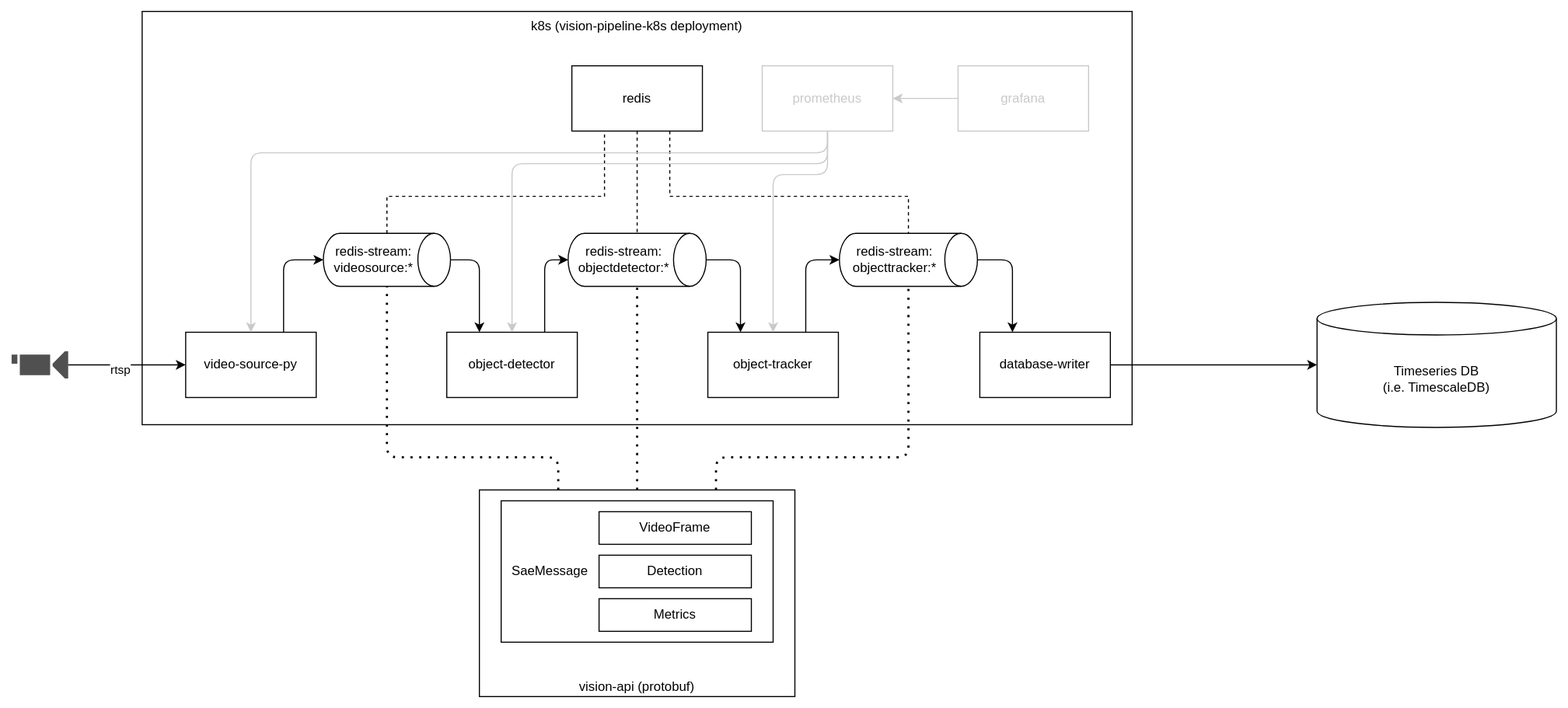
starwit/starwit-awareness-engine keeps this draw.io diagram as doc/pipeline.drawio.svg. Above is the earlier version. Source tidied: cells renumbered, new cells last; positions are measured from the earlier drawing's top-left corner, leaving out a move shared by most shapes.
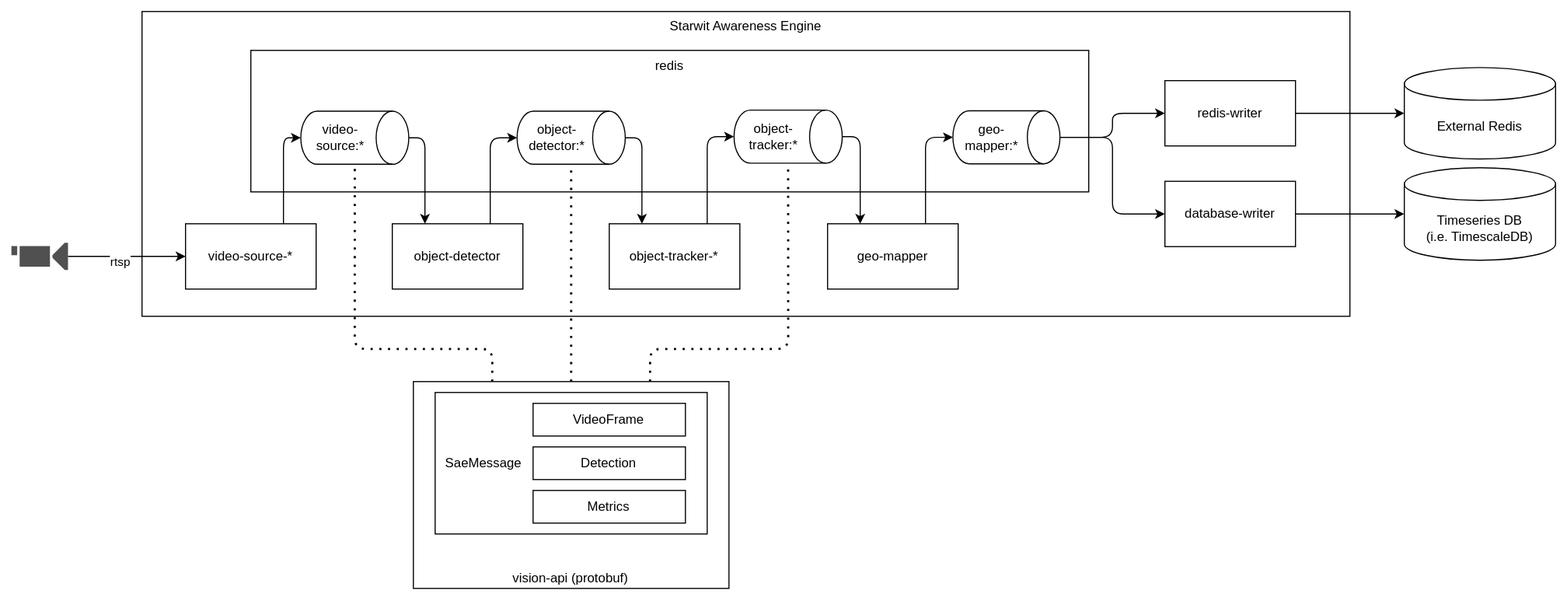
After the change.

Commit message:
Update (and simplify) SAE diagram

Diff of the diagram source:
```diff
@@ -2,135 +2,79 @@
   <root>
     <mxCell id="0" />
     <mxCell id="1" parent="0" />
-    <mxCell id="2" value="k8s (vision-pipeline-k8s deployment)" style="rounded=0;whiteSpace=wrap;html=1;verticalAlign=top;" parent="1" vertex="1">
-      <mxGeometry x="120" width="910" height="380" as="geometry" />
+    <mxCell id="2" value="Starwit Awareness Engine" style="rounded=0;whiteSpace=wrap;html=1;verticalAlign=top;" parent="1" vertex="1">
+      <mxGeometry x="120" y="100" width="1110" height="280" as="geometry" />
     </mxCell>
-    <mxCell id="3" style="edgeStyle=orthogonalEdgeStyle;html=1;exitX=0.75;exitY=0;exitDx=0;exitDy=0;entryX=0.5;entryY=1;entryDx=0;entryDy=0;entryPerimeter=0;" parent="1" edge="1" source="4" target="20">
-      <mxGeometry relative="1" as="geometry" />
-    </mxCell>
-    <mxCell id="4" value="video-source-py" style="rounded=0;whiteSpace=wrap;html=1;" parent="1" vertex="1">
+    <mxCell id="4" value="video-source-*" style="rounded=0;whiteSpace=wrap;html=1;" parent="1" vertex="1">
       <mxGeometry x="160" y="295" width="120" height="60" as="geometry" />
     </mxCell>
     <mxCell id="5" style="sketch=0;shadow=0;dashed=0;html=1;strokeColor=none;fillColor=#505050;labelPosition=center;verticalLabelPosition=bottom;verticalAlign=top;outlineConnect=0;align=center;shape=mxgraph.office.devices.video_camera;" parent="1" vertex="1">
       <mxGeometry y="312.5" width="52" height="25" as="geometry" />
     </mxCell>
-    <mxCell id="6" style="edgeStyle=orthogonalEdgeStyle;html=1;exitX=0.75;exitY=0;exitDx=0;exitDy=0;entryX=0.5;entryY=1;entryDx=0;entryDy=0;entryPerimeter=0;" parent="1" edge="1" source="7" target="22">
-      <mxGeometry relative="1" as="geometry" />
-    </mxCell>
     <mxCell id="7" value="object-detector" style="rounded=0;whiteSpace=wrap;html=1;" parent="1" vertex="1">
-      <mxGeometry x="400" y="295" width="120" height="60" as="geometry" />
+      <mxGeometry x="350" y="295" width="120" height="60" as="geometry" />
     </mxCell>
     <mxCell id="8" value="vision-api (protobuf)" style="rounded=0;whiteSpace=wrap;html=1;verticalAlign=bottom;" parent="1" vertex="1">
-      <mxGeometry x="430" y="440" width="290" height="190" as="geometry" />
+      <mxGeometry x="369.4" y="440" width="290" height="190" as="geometry" />
     </mxCell>
-    <mxCell id="9" style="edgeStyle=orthogonalEdgeStyle;html=1;exitX=0.75;exitY=0;exitDx=0;exitDy=0;entryX=0.5;entryY=1;entryDx=0;entryDy=0;entryPerimeter=0;" parent="1" edge="1" source="10" target="24">
-      <mxGeometry relative="1" as="geometry" />
-    </mxCell>
-    <mxCell id="10" value="object-tracker" style="rounded=0;whiteSpace=wrap;html=1;" parent="1" vertex="1">
-      <mxGeometry x="640" y="295" width="120" height="60" as="geometry" />
+    <mxCell id="10" value="object-tracker-*" style="rounded=0;whiteSpace=wrap;html=1;" parent="1" vertex="1">
+      <mxGeometry x="549.4" y="295" width="120" height="60" as="geometry" />
     </mxCell>
     <mxCell id="11" value="rtsp" style="endArrow=classic;html=1;entryX=0;entryY=0.5;entryDx=0;entryDy=0;edgeStyle=orthogonalEdgeStyle;" parent="1" edge="1" source="5" target="4">
       <mxGeometry x="-0.11" y="-5" relative="1" as="geometry" />
     </mxCell>
-    <mxCell id="12" style="edgeStyle=none;html=1;exitX=1;exitY=0.5;exitDx=0;exitDy=0;entryX=0;entryY=0.5;entryDx=0;entryDy=0;entryPerimeter=0;" parent="1" edge="1" source="13" target="14">
+    <mxCell id="12" style="edgeStyle=none;html=1;" parent="1" edge="1" source="13" target="14">
       <mxGeometry relative="1" as="geometry" />
     </mxCell>
     <mxCell id="13" value="database-writer" style="rounded=0;whiteSpace=wrap;html=1;" parent="1" vertex="1">
-      <mxGeometry x="890" y="295" width="120" height="60" as="geometry" />
+      <mxGeometry x="1060" y="256" width="120" height="60" as="geometry" />
     </mxCell>
     <mxCell id="14" value="Timeseries DB&lt;br&gt;(i.e. TimescaleDB)" style="shape=cylinder3;whiteSpace=wrap;html=1;boundedLbl=1;backgroundOutline=1;size=15;" parent="1" vertex="1">
-      <mxGeometry x="1200" y="267.5" width="220" height="115" as="geometry" />
+      <mxGeometry x="1280" y="243.5" width="139" height="85" as="geometry" />
     </mxCell>
-    <mxCell id="15" style="edgeStyle=orthogonalEdgeStyle;rounded=0;html=1;exitX=0.5;exitY=1;exitDx=0;exitDy=0;entryX=0;entryY=0.5;entryDx=0;entryDy=0;entryPerimeter=0;dashed=1;endArrow=none;endFill=0;" parent="1" edge="1" source="17" target="22">
-      <mxGeometry relative="1" as="geometry" />
-    </mxCell>
-    <mxCell id="16" style="edgeStyle=orthogonalEdgeStyle;rounded=0;html=1;exitX=0.75;exitY=1;exitDx=0;exitDy=0;entryX=0;entryY=0.5;entryDx=0;entryDy=0;entryPerimeter=0;dashed=1;endArrow=none;endFill=0;" parent="1" edge="1" source="17" target="24">
-      <mxGeometry relative="1" as="geometry">
-        <Array as="points">
-          <mxPoint x="605" y="170" />
-          <mxPoint x="824" y="170" />
-        </Array>
-      </mxGeometry>
-    </mxCell>
-    <mxCell id="17" value="redis" style="rounded=0;whiteSpace=wrap;html=1;" parent="1" vertex="1">
-      <mxGeometry x="515" y="50" width="120" height="60" as="geometry" />
+    <mxCell id="17" value="redis" style="rounded=0;whiteSpace=wrap;html=1;verticalAlign=top;" parent="1" vertex="1">
+      <mxGeometry x="220" y="135.7" width="770" height="130" as="geometry" />
     </mxCell>
     <mxCell id="18" style="edgeStyle=orthogonalEdgeStyle;html=1;exitX=0.5;exitY=0;exitDx=0;exitDy=0;exitPerimeter=0;entryX=0.25;entryY=0;entryDx=0;entryDy=0;" parent="1" edge="1" source="20" target="7">
       <mxGeometry relative="1" as="geometry" />
     </mxCell>
-    <mxCell id="19" style="edgeStyle=orthogonalEdgeStyle;html=1;exitX=0;exitY=0.5;exitDx=0;exitDy=0;exitPerimeter=0;entryX=0.25;entryY=1;entryDx=0;entryDy=0;dashed=1;rounded=0;endArrow=none;endFill=0;" parent="1" edge="1" source="20" target="17">
-      <mxGeometry relative="1" as="geometry">
-        <Array as="points">
-          <mxPoint x="345" y="170" />
-          <mxPoint x="545" y="170" />
-        </Array>
-      </mxGeometry>
-    </mxCell>
-    <mxCell id="20" value="redis-stream:&lt;br&gt;videosource:*" style="shape=cylinder3;whiteSpace=wrap;html=1;boundedLbl=1;backgroundOutline=1;size=15;rotation=90;horizontal=0;" parent="1" vertex="1">
-      <mxGeometry x="320.6" y="170" width="48.8" height="116.9" as="geometry" />
+    <mxCell id="20" value="video-&lt;br&gt;source:*" style="shape=cylinder3;whiteSpace=wrap;html=1;boundedLbl=1;backgroundOutline=1;size=15;rotation=90;horizontal=0;" parent="1" vertex="1">
+      <mxGeometry x="291.2" y="166.4" width="48.8" height="99.2" as="geometry" />
     </mxCell>
     <mxCell id="21" style="edgeStyle=orthogonalEdgeStyle;html=1;exitX=0.5;exitY=0;exitDx=0;exitDy=0;exitPerimeter=0;entryX=0.25;entryY=0;entryDx=0;entryDy=0;" parent="1" edge="1" source="22" target="10">
       <mxGeometry relative="1" as="geometry" />
     </mxCell>
-    <mxCell id="22" value="redis-stream:&lt;br&gt;objectdetector:*" style="shape=cylinder3;whiteSpace=wrap;html=1;boundedLbl=1;backgroundOutline=1;size=15;rotation=90;horizontal=0;" parent="1" vertex="1">
-      <mxGeometry x="550.6" y="165" width="48.8" height="126.9" as="geometry" />
+    <mxCell id="22" value="object-detector:*" style="shape=cylinder3;whiteSpace=wrap;html=1;boundedLbl=1;backgroundOutline=1;size=15;rotation=90;horizontal=0;" parent="1" vertex="1">
+      <mxGeometry x="490" y="166.3" width="48.8" height="99.4" as="geometry" />
     </mxCell>
-    <mxCell id="23" style="edgeStyle=orthogonalEdgeStyle;html=1;exitX=0.5;exitY=0;exitDx=0;exitDy=0;exitPerimeter=0;entryX=0.25;entryY=0;entryDx=0;entryDy=0;" parent="1" edge="1" source="24" target="13">
-      <mxGeometry relative="1" as="geometry" />
-    </mxCell>
+    <mxCell id="38" style="edgeStyle=orthogonalEdgeStyle;html=1;exitX=0.5;exitY=0;exitDx=0;exitDy=0;exitPerimeter=0;entryX=0.25;entryY=0;entryDx=0;entryDy=0;" parent="1" edge="1" source="24" target="43">
+      <mxGeometry relative="1" as="geometry" />
+    </mxCell>
-    <mxCell id="24" value="redis-stream:&lt;br&gt;objecttracker:*" style="shape=cylinder3;whiteSpace=wrap;html=1;boundedLbl=1;backgroundOutline=1;size=15;rotation=90;horizontal=0;" parent="1" vertex="1">
-      <mxGeometry x="800" y="165" width="48.8" height="126.9" as="geometry" />
+    <mxCell id="24" value="object-tracker:*" style="shape=cylinder3;whiteSpace=wrap;html=1;boundedLbl=1;backgroundOutline=1;size=15;rotation=90;horizontal=0;" parent="1" vertex="1">
+      <mxGeometry x="689.4" y="165.2" width="48.8" height="99.4" as="geometry" />
     </mxCell>
-    <mxCell id="25" style="edgeStyle=orthogonalEdgeStyle;rounded=1;html=1;exitX=0.5;exitY=1;exitDx=0;exitDy=0;entryX=0.5;entryY=0;entryDx=0;entryDy=0;endArrow=classic;endFill=1;fillColor=#f5f5f5;strokeColor=#C9C9C9;" parent="1" edge="1" source="28" target="10">
-      <mxGeometry relative="1" as="geometry">
-        <Array as="points">
-          <mxPoint x="750" y="150" />
-          <mxPoint x="700" y="150" />
-        </Array>
-      </mxGeometry>
-    </mxCell>
-    <mxCell id="26" style="edgeStyle=orthogonalEdgeStyle;rounded=1;html=1;exitX=0.5;exitY=1;exitDx=0;exitDy=0;entryX=0.5;entryY=0;entryDx=0;entryDy=0;strokeColor=#C9C9C9;endArrow=classic;endFill=1;" parent="1" edge="1" source="28" target="7">
-      <mxGeometry relative="1" as="geometry">
-        <Array as="points">
-          <mxPoint x="750" y="140" />
-          <mxPoint x="460" y="140" />
-        </Array>
-      </mxGeometry>
-    </mxCell>
-    <mxCell id="27" style="edgeStyle=orthogonalEdgeStyle;rounded=1;html=1;exitX=0.5;exitY=1;exitDx=0;exitDy=0;entryX=0.5;entryY=0;entryDx=0;entryDy=0;strokeColor=#C9C9C9;endArrow=classic;endFill=1;" parent="1" edge="1" source="28" target="4">
-      <mxGeometry relative="1" as="geometry">
-        <Array as="points">
-          <mxPoint x="750" y="130" />
-          <mxPoint x="220" y="130" />
-        </Array>
-      </mxGeometry>
-    </mxCell>
-    <mxCell id="28" value="prometheus" style="rounded=0;whiteSpace=wrap;html=1;strokeColor=#C9C9C9;fontColor=#C9C9C9;" parent="1" vertex="1">
-      <mxGeometry x="690" y="50" width="120" height="60" as="geometry" />
-    </mxCell>
-    <mxCell id="29" style="edgeStyle=orthogonalEdgeStyle;rounded=1;html=1;exitX=0;exitY=0.5;exitDx=0;exitDy=0;entryX=1;entryY=0.5;entryDx=0;entryDy=0;strokeColor=#C9C9C9;endArrow=classic;endFill=1;" parent="1" edge="1" source="30" target="28">
-      <mxGeometry relative="1" as="geometry" />
+    <mxCell id="29" style="edgeStyle=orthogonalEdgeStyle;rounded=1;html=1;exitX=0;exitY=0.5;exitDx=0;exitDy=0;entryX=1;entryY=0.5;entryDx=0;entryDy=0;strokeColor=#C9C9C9;endArrow=classic;endFill=1;" parent="1" edge="1" source="x">
+      <mxGeometry relative="1" as="geometry">
+        <mxPoint x="870" y="80" as="targetPoint" />
+      </mxGeometry>
     </mxCell>
-    <mxCell id="30" value="grafana" style="rounded=0;whiteSpace=wrap;html=1;fontColor=#C9C9C9;strokeColor=#C9C9C9;" parent="1" vertex="1">
-      <mxGeometry x="870" y="50" width="120" height="60" as="geometry" />
-    </mxCell>
     <mxCell id="31" value="SaeMessage" style="rounded=0;whiteSpace=wrap;html=1;verticalAlign=middle;align=left;spacingLeft=8;" parent="1" vertex="1">
-      <mxGeometry x="450" y="450" width="250" height="130" as="geometry" />
+      <mxGeometry x="389.4" y="450" width="250" height="130" as="geometry" />
     </mxCell>
     <mxCell id="32" value="VideoFrame" style="rounded=0;whiteSpace=wrap;html=1;verticalAlign=middle;align=center;" parent="1" vertex="1">
-      <mxGeometry x="540" y="460" width="140" height="30" as="geometry" />
+      <mxGeometry x="479.4" y="460" width="140" height="30" as="geometry" />
     </mxCell>
     <mxCell id="33" value="Detection" style="rounded=0;whiteSpace=wrap;html=1;align=center;verticalAlign=middle;" parent="1" vertex="1">
-      <mxGeometry x="540" y="500" width="140" height="30" as="geometry" />
+      <mxGeometry x="479.4" y="500" width="140" height="30" as="geometry" />
     </mxCell>
     <mxCell id="34" value="Metrics" style="rounded=0;whiteSpace=wrap;html=1;" parent="1" vertex="1">
-      <mxGeometry x="540" y="540" width="140" height="30" as="geometry" />
+      <mxGeometry x="479.4" y="540" width="140" height="30" as="geometry" />
     </mxCell>
     <mxCell id="35" style="endArrow=none;dashed=1;html=1;dashPattern=1 3;strokeWidth=2;entryX=1;entryY=0.5;entryDx=0;entryDy=0;entryPerimeter=0;exitX=0.25;exitY=0;exitDx=0;exitDy=0;edgeStyle=orthogonalEdgeStyle;" parent="1" edge="1" source="8" target="20">
       <mxGeometry relative="1" as="geometry">
         <Array as="points">
-          <mxPoint x="503" y="410" />
-          <mxPoint x="345" y="410" />
+          <mxPoint x="442" y="410" />
+          <mxPoint x="316" y="410" />
         </Array>
       </mxGeometry>
     </mxCell>
@@ -140,10 +84,43 @@
     <mxCell id="37" style="endArrow=none;dashed=1;html=1;dashPattern=1 3;strokeWidth=2;entryX=1;entryY=0.5;entryDx=0;entryDy=0;entryPerimeter=0;exitX=0.75;exitY=0;exitDx=0;exitDy=0;edgeStyle=orthogonalEdgeStyle;" parent="1" edge="1" source="8" target="24">
       <mxGeometry relative="1" as="geometry">
         <Array as="points">
-          <mxPoint x="648" y="410" />
-          <mxPoint x="824" y="410" />
+          <mxPoint x="587" y="410" />
+          <mxPoint x="714" y="410" />
         </Array>
       </mxGeometry>
     </mxCell>
+    <mxCell id="3" style="edgeStyle=orthogonalEdgeStyle;html=1;exitX=0.75;exitY=0;exitDx=0;exitDy=0;entryX=0.5;entryY=1;entryDx=0;entryDy=0;entryPerimeter=0;" parent="1" edge="1" source="4" target="20">
+      <mxGeometry relative="1" as="geometry" />
+    </mxCell>
+    <mxCell id="6" style="edgeStyle=orthogonalEdgeStyle;html=1;exitX=0.75;exitY=0;exitDx=0;exitDy=0;entryX=0.5;entryY=1;entryDx=0;entryDy=0;entryPerimeter=0;" parent="1" edge="1" source="7" target="22">
+      <mxGeometry relative="1" as="geometry" />
+    </mxCell>
+    <mxCell id="9" style="edgeStyle=orthogonalEdgeStyle;html=1;exitX=0.75;exitY=0;exitDx=0;exitDy=0;entryX=0.5;entryY=1;entryDx=0;entryDy=0;entryPerimeter=0;" parent="1" edge="1" source="10" target="24">
+      <mxGeometry relative="1" as="geometry" />
+    </mxCell>
+    <mxCell id="39" value="redis-writer" style="rounded=0;whiteSpace=wrap;html=1;" parent="1" vertex="1">
+      <mxGeometry x="1060" y="163.5" width="120" height="60" as="geometry" />
+    </mxCell>
+    <mxCell id="40" style="edgeStyle=none;html=1;" parent="1" edge="1" source="39" target="41">
+      <mxGeometry relative="1" as="geometry" />
+    </mxCell>
+    <mxCell id="41" value="External Redis" style="shape=cylinder3;whiteSpace=wrap;html=1;boundedLbl=1;backgroundOutline=1;size=15;" parent="1" vertex="1">
+      <mxGeometry x="1280" y="151.5" width="139" height="84" as="geometry" />
+    </mxCell>
+    <mxCell id="42" style="edgeStyle=orthogonalEdgeStyle;html=1;exitX=0.75;exitY=0;exitDx=0;exitDy=0;entryX=0.5;entryY=1;entryDx=0;entryDy=0;entryPerimeter=0;" parent="1" edge="1" source="43" target="46">
+      <mxGeometry relative="1" as="geometry" />
+    </mxCell>
+    <mxCell id="43" value="geo-mapper" style="rounded=0;whiteSpace=wrap;html=1;" parent="1" vertex="1">
+      <mxGeometry x="750" y="295" width="120" height="60" as="geometry" />
+    </mxCell>
+    <mxCell id="44" style="edgeStyle=orthogonalEdgeStyle;html=1;exitX=0.5;exitY=0;exitDx=0;exitDy=0;exitPerimeter=0;entryX=0;entryY=0.5;entryDx=0;entryDy=0;" parent="1" edge="1" source="46" target="39">
+      <mxGeometry relative="1" as="geometry" />
+    </mxCell>
+    <mxCell id="45" style="edgeStyle=orthogonalEdgeStyle;html=1;exitX=0.5;exitY=0;exitDx=0;exitDy=0;exitPerimeter=0;entryX=0;entryY=0.5;entryDx=0;entryDy=0;" parent="1" edge="1" source="46" target="13">
+      <mxGeometry relative="1" as="geometry" />
+    </mxCell>
+    <mxCell id="46" value="geo-mapper:*" style="shape=cylinder3;whiteSpace=wrap;html=1;boundedLbl=1;backgroundOutline=1;size=15;rotation=90;horizontal=0;" parent="1" vertex="1">
+      <mxGeometry x="890" y="166.4" width="48.8" height="98.4" as="geometry" />
+    </mxCell>
   </root>
 </mxGraphModel>
```
